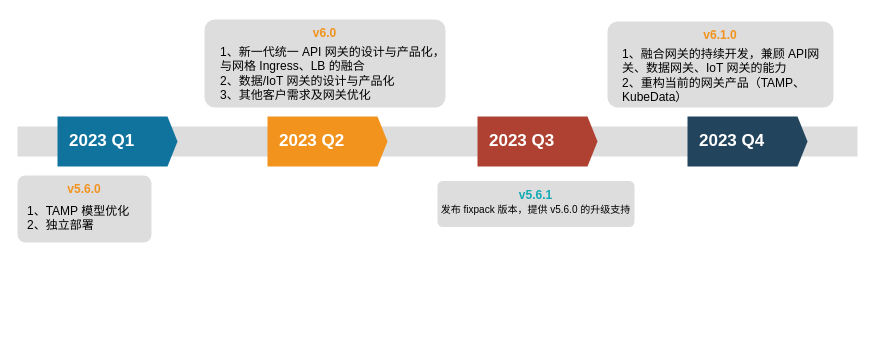
Before: TAMP-roadmap.drawio in wangjinxiu/draw.io, a draw.io diagram. Source tidied: cells renumbered, new cells numbered last; positions are measured from the earlier drawing's top-left corner, leaving out a move shared by most shapes. Both pictures are drawn from the tidied source at 100%, with x=0, y=0 at pixel (17, 19).
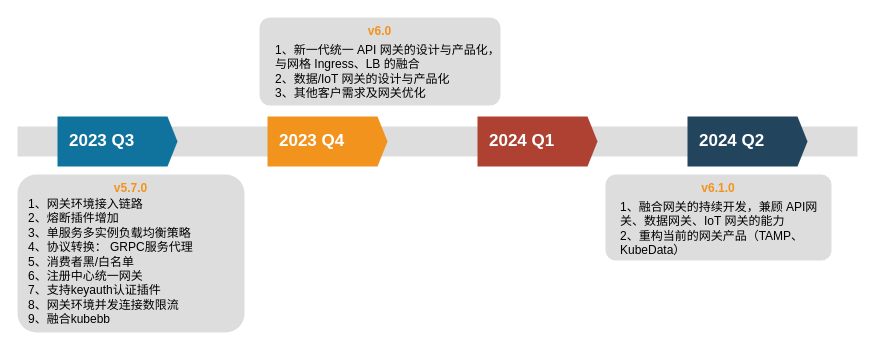
After the change.

What changed in the source:
```diff
@@
 <mxGraphModel>
   <root>
     <mxCell id="0" />
     <mxCell id="1" parent="0" />
     <mxCell id="2" style="fillColor=#dddddd;rounded=0;strokeColor=none;" parent="1" vertex="1">
       <mxGeometry y="107" width="840" height="30" as="geometry" />
     </mxCell>
-    <mxCell id="3" value="2023 Q1" style="shape=mxgraph.infographic.ribbonSimple;notch1=0;notch2=10;notch=0;html=1;fillColor=#10739E;strokeColor=none;shadow=0;fontSize=17;fontColor=#FFFFFF;align=left;spacingLeft=10;fontStyle=1;" parent="1" vertex="1">
+    <mxCell id="3" value="2023 Q3" style="shape=mxgraph.infographic.ribbonSimple;notch1=0;notch2=10;notch=0;html=1;fillColor=#10739E;strokeColor=none;shadow=0;fontSize=17;fontColor=#FFFFFF;align=left;spacingLeft=10;fontStyle=1;" parent="1" vertex="1">
       <mxGeometry x="40" y="97" width="120" height="50" as="geometry" />
     </mxCell>
-    <mxCell id="4" value="2023 Q2" style="shape=mxgraph.infographic.ribbonSimple;notch1=0;notch2=10;notch=0;html=1;fillColor=#F2931E;strokeColor=none;shadow=0;fontSize=17;fontColor=#FFFFFF;align=left;spacingLeft=10;fontStyle=1;" parent="1" vertex="1">
+    <mxCell id="4" value="2023 Q4" style="shape=mxgraph.infographic.ribbonSimple;notch1=0;notch2=10;notch=0;html=1;fillColor=#F2931E;strokeColor=none;shadow=0;fontSize=17;fontColor=#FFFFFF;align=left;spacingLeft=10;fontStyle=1;" parent="1" vertex="1">
       <mxGeometry x="250" y="97" width="120" height="50" as="geometry" />
     </mxCell>
-    <mxCell id="5" value="2023 Q3" style="shape=mxgraph.infographic.ribbonSimple;notch1=0;notch2=10;notch=0;html=1;fillColor=#AE4132;strokeColor=none;shadow=0;fontSize=17;fontColor=#FFFFFF;align=left;spacingLeft=10;fontStyle=1;" parent="1" vertex="1">
+    <mxCell id="5" value="2024 Q1" style="shape=mxgraph.infographic.ribbonSimple;notch1=0;notch2=10;notch=0;html=1;fillColor=#AE4132;strokeColor=none;shadow=0;fontSize=17;fontColor=#FFFFFF;align=left;spacingLeft=10;fontStyle=1;" parent="1" vertex="1">
       <mxGeometry x="460" y="97" width="120" height="50" as="geometry" />
     </mxCell>
-    <mxCell id="6" value="2023 Q4" style="shape=mxgraph.infographic.ribbonSimple;notch1=0;notch2=10;notch=0;html=1;fillColor=#23445D;strokeColor=none;shadow=0;fontSize=17;fontColor=#FFFFFF;align=left;spacingLeft=10;fontStyle=1;" parent="1" vertex="1">
+    <mxCell id="6" value="2024 Q2" style="shape=mxgraph.infographic.ribbonSimple;notch1=0;notch2=10;notch=0;html=1;fillColor=#23445D;strokeColor=none;shadow=0;fontSize=17;fontColor=#FFFFFF;align=left;spacingLeft=10;fontStyle=1;" parent="1" vertex="1">
       <mxGeometry x="670" y="97" width="120" height="50" as="geometry" />
     </mxCell>
-    <mxCell id="7" value="&lt;font style=&quot;font-size: 10px&quot;&gt;&lt;font style=&quot;font-size: 12px&quot; color=&quot;#12AAB5&quot;&gt;&lt;b&gt;v5.6.1&lt;/b&gt;&lt;/font&gt;&lt;br&gt;发布 fixpack 版本，提供 v5.6.0 的升级支持&lt;br&gt;&lt;/font&gt;" style="rounded=1;strokeColor=none;fillColor=#DDDDDD;align=center;arcSize=12;verticalAlign=top;whiteSpace=wrap;html=1;fontSize=12;" parent="1" vertex="1">
-      <mxGeometry x="420" y="161.5" width="197" height="46" as="geometry" />
-    </mxCell>
-    <mxCell id="8" value="&lt;font style=&quot;font-size: 10px&quot;&gt;&lt;font style=&quot;font-size: 12px&quot; color=&quot;#F2931E&quot;&gt;&lt;b&gt;v5.6.0&lt;br&gt;&lt;/b&gt;&lt;/font&gt;&lt;br&gt;&lt;/font&gt;" style="rounded=1;strokeColor=none;fillColor=#DDDDDD;align=center;arcSize=12;verticalAlign=top;whiteSpace=wrap;html=1;fontSize=12;" parent="1" vertex="1">
-      <mxGeometry y="156" width="134" height="67" as="geometry" />
+    <mxCell id="8" value="&lt;font style=&quot;font-size: 10px&quot;&gt;&lt;font style=&quot;font-size: 12px&quot; color=&quot;#F2931E&quot;&gt;&lt;b&gt;v5.7.0&lt;br&gt;&lt;/b&gt;&lt;/font&gt;&lt;br&gt;&lt;/font&gt;" style="rounded=1;strokeColor=none;fillColor=#DDDDDD;align=center;arcSize=12;verticalAlign=top;whiteSpace=wrap;html=1;fontSize=12;" parent="1" vertex="1">
+      <mxGeometry y="155" width="227" height="158" as="geometry" />
     </mxCell>
-    <mxCell id="9" value="1、TAMP 模型优化&lt;br&gt;2、独立部署" style="text;html=1;whiteSpace=wrap;" parent="1" vertex="1">
-      <mxGeometry x="8" y="178" width="113" height="44" as="geometry" />
+    <mxCell id="9" value="1、网关环境接入链路&lt;br&gt;2、熔断插件增加&lt;br&gt;3、单服务多实例负载均衡策略&lt;br&gt;4、协议转换： GRPC服务代理&lt;br&gt;5、消费者黑/白名单&lt;br&gt;6、注册中心统一网关&lt;br&gt;7、支持keyauth认证插件&lt;br&gt;8、网关环境并发连接数限流&lt;br&gt;9、融合kubebb&lt;p&gt;&lt;/p&gt;" style="text;html=1;whiteSpace=wrap;" parent="1" vertex="1">
+      <mxGeometry x="8.5" y="170.5" width="210" height="110" as="geometry" />
     </mxCell>
     <mxCell id="10" value="&lt;font style=&quot;font-size: 10px&quot;&gt;&lt;font style=&quot;font-size: 12px&quot; color=&quot;#F2931E&quot;&gt;&lt;b&gt;v6.0&lt;br&gt;&lt;/b&gt;&lt;/font&gt;&lt;br&gt;&lt;/font&gt;" style="rounded=1;strokeColor=none;fillColor=#DDDDDD;align=center;arcSize=12;verticalAlign=top;whiteSpace=wrap;html=1;fontSize=12;" parent="1" vertex="1">
-      <mxGeometry x="187" width="241" height="88" as="geometry" />
+      <mxGeometry x="242" y="-2" width="241" height="88" as="geometry" />
     </mxCell>
     <mxCell id="11" value="1、新一代统一 API 网关的设计与产品化，与网格 Ingress、LB 的融合&lt;br&gt;&lt;span style=&quot;white-space: nowrap&quot;&gt;2、数据/IoT 网关的设计与产品化&lt;/span&gt;&lt;br style=&quot;white-space: nowrap&quot;&gt;&lt;span style=&quot;white-space: nowrap&quot;&gt;3、其他客户需求及网关优化&lt;/span&gt;" style="text;html=1;whiteSpace=wrap;" parent="1" vertex="1">
-      <mxGeometry x="201" y="19" width="227" height="58" as="geometry" />
+      <mxGeometry x="256" y="17" width="227" height="58" as="geometry" />
     </mxCell>
     <mxCell id="12" value="&lt;font style=&quot;font-size: 10px&quot;&gt;&lt;font style=&quot;font-size: 12px&quot; color=&quot;#F2931E&quot;&gt;&lt;b&gt;v6.1.0&lt;br&gt;&lt;/b&gt;&lt;/font&gt;&lt;br&gt;&lt;/font&gt;" style="rounded=1;strokeColor=none;fillColor=#DDDDDD;align=center;arcSize=12;verticalAlign=top;whiteSpace=wrap;html=1;fontSize=12;" parent="1" vertex="1">
-      <mxGeometry x="590" y="2" width="226" height="86" as="geometry" />
+      <mxGeometry x="588" y="155" width="226" height="86" as="geometry" />
     </mxCell>
     <mxCell id="13" value="1、融合网关的持续开发，兼顾 API网关、数据网关、IoT 网关的能力&lt;br&gt;2、重构当前的网关产品（TAMP、KubeData）" style="text;html=1;whiteSpace=wrap;" parent="1" vertex="1">
-      <mxGeometry x="603" y="21" width="206" height="58" as="geometry" />
+      <mxGeometry x="601" y="174" width="206" height="58" as="geometry" />
     </mxCell>
   </root>
 </mxGraphModel>
```
